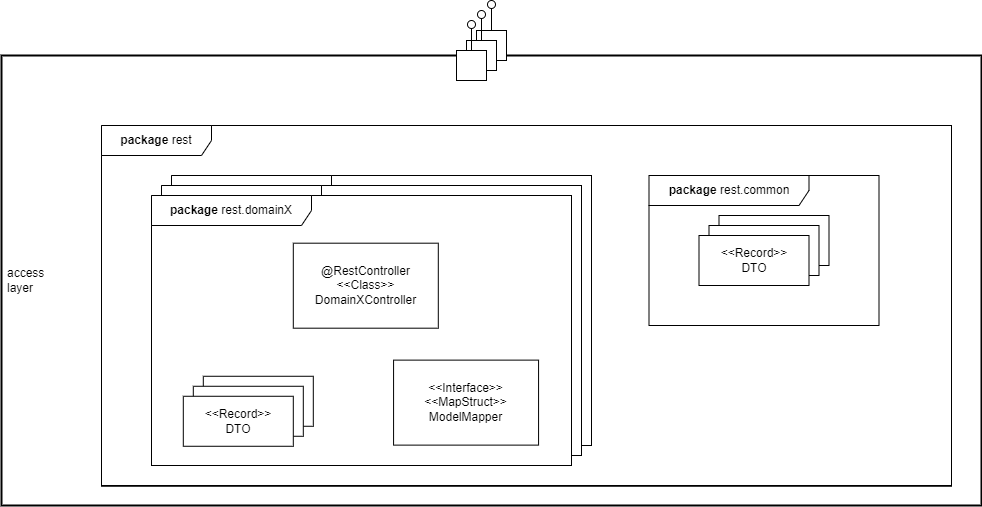
This is docs/src/public/componentsOfAccessLayer.drawio.png from it-at-m/Wahllokalsystem, a draw.io export, as it was before one commit. Source tidied: cells renumbered, new cells last; positions are measured from the earlier drawing's top-left corner, leaving out a move shared by most shapes.
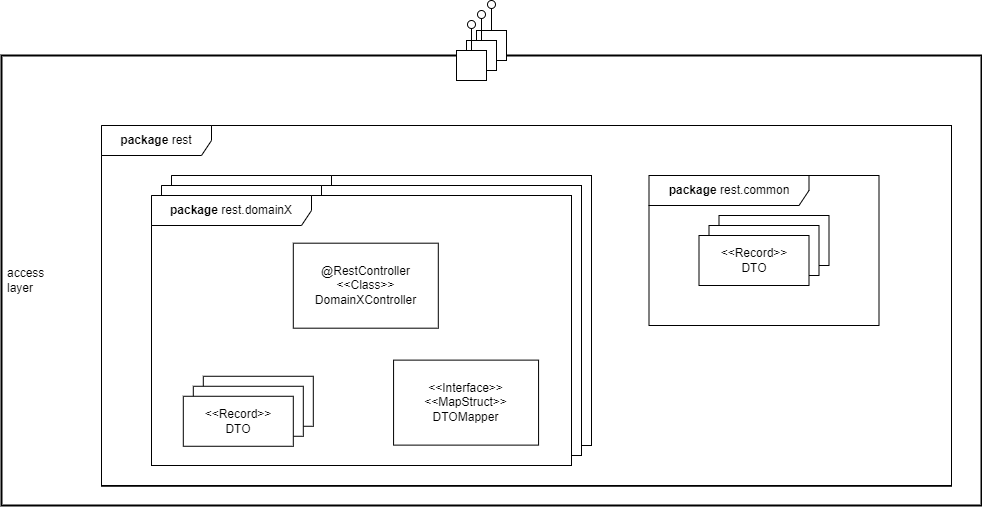
After the commit.

Commit message:
fix typo ModelMapper -> DTOMapper

Change to the diagram source:
```diff
@@ -59,7 +59,7 @@
     <mxCell id="20" value="&lt;div&gt;&lt;span style=&quot;background-color: initial;&quot;&gt;&amp;lt;&amp;lt;Record&amp;gt;&amp;gt;&lt;/span&gt;&lt;br&gt;&lt;/div&gt;DTO" style="rounded=0;whiteSpace=wrap;html=1;strokeWidth=1;strokeColor=#000000;" parent="15" vertex="1">
       <mxGeometry x="31.8" y="200.8" width="110" height="50" as="geometry" />
     </mxCell>
-    <mxCell id="21" value="&lt;div&gt;&lt;span style=&quot;background-color: initial;&quot;&gt;&amp;lt;&amp;lt;Interface&amp;gt;&amp;gt;&lt;/span&gt;&lt;br&gt;&lt;/div&gt;&lt;div&gt;&lt;span style=&quot;background-color: initial;&quot;&gt;&amp;lt;&amp;lt;MapStruct&amp;gt;&amp;gt;&lt;/span&gt;&lt;/div&gt;ModelMapper" style="rounded=0;whiteSpace=wrap;html=1;strokeWidth=1;strokeColor=#000000;" parent="15" vertex="1">
+    <mxCell id="21" value="&lt;div&gt;&lt;span style=&quot;background-color: initial;&quot;&gt;&amp;lt;&amp;lt;Interface&amp;gt;&amp;gt;&lt;/span&gt;&lt;br&gt;&lt;/div&gt;&lt;div&gt;&lt;span style=&quot;background-color: initial;&quot;&gt;&amp;lt;&amp;lt;MapStruct&amp;gt;&amp;gt;&lt;/span&gt;&lt;/div&gt;DTOMapper" style="rounded=0;whiteSpace=wrap;html=1;strokeWidth=1;strokeColor=#000000;" parent="15" vertex="1">
       <mxGeometry x="242.1" y="164.6" width="145" height="85" as="geometry" />
     </mxCell>
     <mxCell id="22" style="group;rotation=-90;" parent="1" vertex="1">
```
